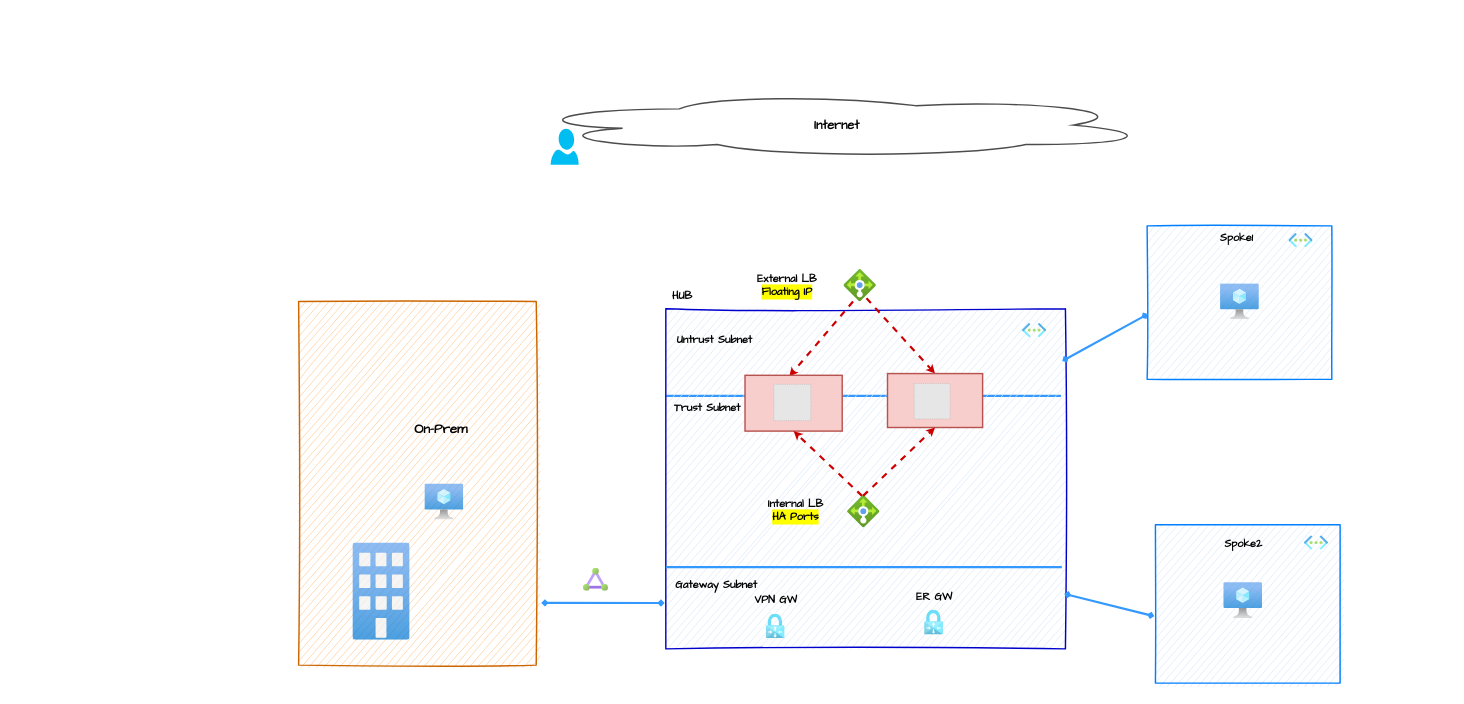
The draw.io diagram page "NVA-HA" (1 of 3) of diagrams/NVA-ha.drawio in nehalineogi/azure-networking, before the edit. Source tidied: cells renumbered, new cells numbered last; positions are measured from the earlier drawing's top-left corner, leaving out a move shared by most shapes. Both pictures are drawn from the tidied source at 36%, with x=0, y=0 at pixel (298, 93). Pictures stored in the file or linked from it are replaced by grey dashed boxes.
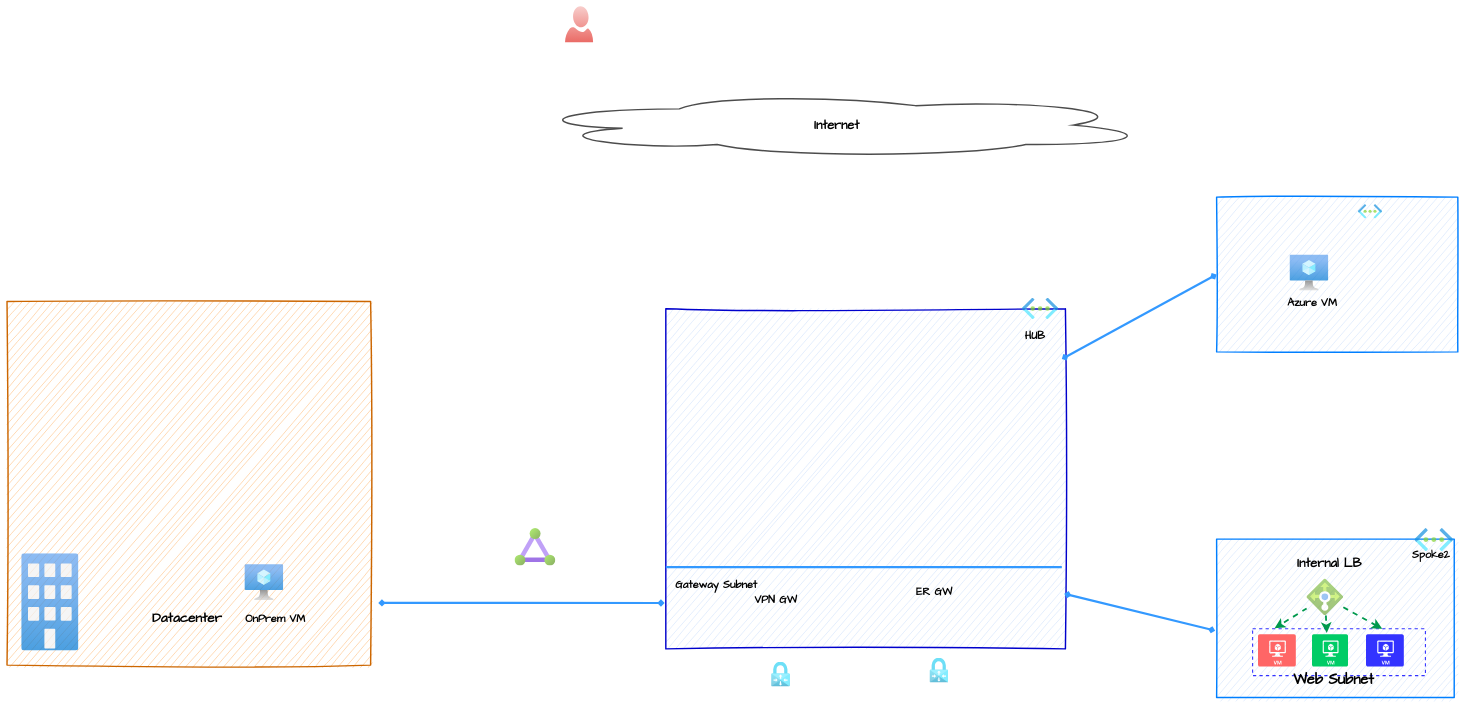
The same page after the edit.

What changed in the source:
```diff
@@
-    <mxCell id="3" style="edgeStyle=none;sketch=0;jumpStyle=none;jumpSize=2;orthogonalLoop=1;jettySize=auto;html=1;entryX=1.007;entryY=0.19;entryDx=0;entryDy=0;shadow=0;strokeColor=#3399FF;strokeWidth=6;fontFamily=Comic Sans MS;fontSize=25;fontColor=#000000;startArrow=none;startFill=0;endArrow=none;endFill=0;rounded=0;entryPerimeter=0;" parent="2" edge="1">
-      <mxGeometry relative="1" as="geometry">
-        <mxPoint x="1020" y="842" as="sourcePoint" />
-        <mxPoint x="2117.6" y="842.3" as="targetPoint" />
-      </mxGeometry>
-    </mxCell>
+    <mxCell id="6" style="rounded=0;whiteSpace=wrap;html=1;fillColor=#dae8fc;strokeColor=#0000CC;strokeWidth=4;fontFamily=Comic Sans MS;sketch=1;curveFitting=1;jiggle=2;disableMultiStroke=1;disableMultiStrokeFill=1;labelBackgroundColor=none;labelBorderColor=#000000;fillStyle=auto;fontSize=40;fontColor=#FF8000;" parent="2" vertex="1">
+      <mxGeometry x="1020" y="600" width="1110" height="945" as="geometry" />
+    </mxCell>
     <mxCell id="4" style="rounded=0;whiteSpace=wrap;html=1;fillColor=#dae8fc;strokeColor=#007FFF;strokeWidth=4;fontFamily=Comic Sans MS;sketch=1;curveFitting=1;jiggle=2;disableMultiStrokeFill=1;disableMultiStroke=1;labelBackgroundColor=none;labelBorderColor=#000000;fillStyle=auto;fontSize=40;fontColor=#FF8000;" parent="2" vertex="1">
-      <mxGeometry x="2357" y="370" width="513" height="426" as="geometry" />
+      <mxGeometry x="2550" y="290" width="670" height="430" as="geometry" />
     </mxCell>
     <mxCell id="5" style="rounded=0;whiteSpace=wrap;html=1;fillColor=#dae8fc;strokeColor=#007FFF;strokeWidth=4;fontFamily=Comic Sans MS;sketch=1;curveFitting=1;jiggle=2;disableMultiStrokeFill=1;disableMultiStroke=1;labelBackgroundColor=none;labelBorderColor=#000000;fillStyle=auto;fontSize=40;fontColor=#FF8000;" parent="2" vertex="1">
-      <mxGeometry x="2380" y="1200" width="513" height="440" as="geometry" />
+      <mxGeometry x="2550" y="1240" width="660" height="440" as="geometry" />
     </mxCell>
-    <mxCell id="6" style="rounded=0;whiteSpace=wrap;html=1;fillColor=#dae8fc;strokeColor=#0000CC;strokeWidth=4;fontFamily=Comic Sans MS;sketch=1;curveFitting=1;jiggle=2;disableMultiStroke=1;disableMultiStrokeFill=1;labelBackgroundColor=none;labelBorderColor=#000000;fillStyle=auto;fontSize=40;fontColor=#FF8000;" parent="2" vertex="1">
-      <mxGeometry x="1020" y="600" width="1110" height="945" as="geometry" />
-    </mxCell>
     <mxCell id="7" value="&lt;b style=&quot;font-size: 30px;&quot;&gt;HUB&lt;/b&gt;" style="text;html=1;align=center;verticalAlign=middle;strokeColor=none;fillColor=none;fontSize=30;fontFamily=Comic Sans MS;fontColor=#000000;labelBackgroundColor=none;labelBorderColor=none;fillStyle=auto;strokeWidth=9;" parent="2" vertex="1">
-      <mxGeometry x="1020" y="539" width="90" height="50" as="geometry" />
+      <mxGeometry x="2000" y="650" width="90" height="50" as="geometry" />
     </mxCell>
     <mxCell id="8" style="html=1;align=center;image;fontSize=12;image=img/lib/azure2/networking/Virtual_Networks.svg;rounded=0;glass=0;labelBackgroundColor=#66B2FF;sketch=1;fillStyle=hachure;fontFamily=Comic Sans MS;fontColor=#000000;opacity=70;labelBorderColor=#000000;strokeColor=#000000;strokeWidth=9;fillColor=none;" parent="2" vertex="1">
-      <mxGeometry x="2750" y="390" width="67" height="40" as="geometry" />
+      <mxGeometry x="2943" y="310" width="67" height="40" as="geometry" />
     </mxCell>
-    <mxCell id="9" style="html=1;align=center;image;fontSize=12;image=img/lib/azure2/compute/Virtual_Machine.svg;rounded=0;glass=0;labelBackgroundColor=default;sketch=0;fillStyle=hachure;strokeWidth=0;fontFamily=Comic Sans MS;fontColor=#000000;fillColor=none;opacity=70;labelBorderColor=#000000;strokeColor=#000000;" parent="2" vertex="1">
-      <mxGeometry x="2569" y="1360" width="107.8" height="100" as="geometry" />
-    </mxCell>
     <mxCell id="10" style="html=1;align=center;image;fontSize=12;image=img/lib/azure2/networking/Virtual_Networks.svg;rounded=0;glass=0;labelBackgroundColor=#66B2FF;sketch=1;fillStyle=hachure;fontFamily=Comic Sans MS;fontColor=#000000;opacity=70;labelBorderColor=#000000;strokeColor=#000000;strokeWidth=9;fillColor=none;" parent="2" vertex="1">
-      <mxGeometry x="2793" y="1230" width="67" height="40" as="geometry" />
+      <mxGeometry x="3100" y="1210" width="107" height="63.9" as="geometry" />
     </mxCell>
     <mxCell id="11" value="&lt;font color=&quot;#000000&quot; face=&quot;Comic Sans MS&quot; style=&quot;font-size: 30px;&quot;&gt;&lt;b&gt;Spoke2&lt;/b&gt;&lt;/font&gt;" style="text;html=1;align=center;verticalAlign=middle;strokeColor=none;fillColor=none;labelBackgroundColor=none;labelBorderColor=none;fillStyle=auto;strokeWidth=9;fontFamily=Comic Sans MS;fontSize=40;fontColor=#FF8000;" parent="2" vertex="1">
-      <mxGeometry x="2559" y="1220" width="130" height="60" as="geometry" />
+      <mxGeometry x="3080" y="1250" width="130" height="60" as="geometry" />
     </mxCell>
-    <mxCell id="12" value="&lt;font color=&quot;#000000&quot; face=&quot;Comic Sans MS&quot; style=&quot;font-size: 30px;&quot;&gt;&lt;b&gt;Spoke1&lt;/b&gt;&lt;/font&gt;" style="text;html=1;align=center;verticalAlign=middle;strokeColor=none;fillColor=none;labelBackgroundColor=none;labelBorderColor=none;fillStyle=auto;strokeWidth=9;fontFamily=Comic Sans MS;fontSize=40;fontColor=#FF8000;" parent="2" vertex="1">
-      <mxGeometry x="2540" y="370" width="130" height="60" as="geometry" />
-    </mxCell>
     <mxCell id="13" style="html=1;align=center;image;fontSize=12;image=img/lib/azure2/networking/Virtual_Networks.svg;rounded=0;glass=0;labelBackgroundColor=#66B2FF;sketch=1;fillStyle=hachure;fontFamily=Comic Sans MS;fontColor=#000000;opacity=70;labelBorderColor=#000000;strokeColor=#000000;strokeWidth=9;fillColor=none;" parent="2" vertex="1">
-      <mxGeometry x="2010" y="640" width="67" height="40" as="geometry" />
+      <mxGeometry x="2010" y="570" width="100" height="59.7" as="geometry" />
     </mxCell>
     <mxCell id="14" style="html=1;align=center;image;fontSize=30;image=img/lib/azure2/networking/Virtual_Network_Gateways.svg;rounded=0;glass=0;labelBackgroundColor=#66B2FF;sketch=1;fillStyle=hachure;fontFamily=Comic Sans MS;fontColor=#000000;opacity=70;labelBorderColor=#000000;strokeColor=#000000;strokeWidth=9;fillColor=none;" parent="2" vertex="1">
-      <mxGeometry x="1298" y="1447.5" width="52" height="69" as="geometry" />
+      <mxGeometry x="1313" y="1581" width="52" height="69" as="geometry" />
     </mxCell>
@@
     <mxCell id="16" style="html=1;align=center;image;fontSize=30;image=img/lib/azure2/networking/Virtual_Network_Gateways.svg;rounded=0;glass=0;labelBackgroundColor=default;sketch=0;fillStyle=auto;strokeColor=#000000;strokeWidth=4;fontFamily=Comic Sans MS;fontColor=#000000;fillColor=none;gradientColor=none;opacity=70;labelBorderColor=#000000;" parent="2" vertex="1">
-      <mxGeometry x="1738" y="1436.5" width="52" height="69" as="geometry" />
+      <mxGeometry x="1753" y="1570" width="52" height="69" as="geometry" />
     </mxCell>
     <mxCell id="17" value="&lt;b style=&quot;font-size: 30px;&quot;&gt;ER GW&lt;/b&gt;" style="text;html=1;align=center;verticalAlign=middle;strokeColor=none;fillColor=none;fontSize=30;fontFamily=Comic Sans MS;fontColor=#000000;labelBackgroundColor=none;labelBorderColor=none;fillStyle=auto;strokeWidth=9;" parent="2" vertex="1">
-      <mxGeometry x="1700" y="1374.5" width="130" height="50" as="geometry" />
+      <mxGeometry x="1700" y="1360" width="130" height="50" as="geometry" />
     </mxCell>
@@
-    <mxCell id="21" style="edgeStyle=none;shape=connector;rounded=0;jettySize=auto;html=1;exitX=0.004;exitY=0.575;exitDx=0;exitDy=0;labelBackgroundColor=default;strokeColor=#3399FF;strokeWidth=6;fontFamily=Comic Sans MS;fontSize=25;fontColor=default;startArrow=diamond;startFill=1;endArrow=diamond;endFill=1;curved=1;exitPerimeter=0;entryX=0.992;entryY=0.154;entryDx=0;entryDy=0;entryPerimeter=0;" parent="2" edge="1" source="4" target="6">
-      <mxGeometry relative="1" as="geometry" />
+    <mxCell id="21" style="edgeStyle=none;shape=connector;rounded=0;jettySize=auto;html=1;exitX=0;exitY=0.5;exitDx=0;exitDy=0;labelBackgroundColor=default;strokeColor=#3399FF;strokeWidth=6;fontFamily=Comic Sans MS;fontSize=25;fontColor=default;startArrow=diamond;startFill=1;endArrow=diamond;endFill=1;curved=1;" parent="2" edge="1" source="4">
+      <mxGeometry relative="1" as="geometry">
+        <mxPoint x="2120" y="740" as="targetPoint" />
+      </mxGeometry>
     </mxCell>
@@
     <mxCell id="23" style="rounded=0;whiteSpace=wrap;html=1;fillColor=#FFCC99;strokeColor=#CC6600;strokeWidth=4;sketch=1;curveFitting=1;jiggle=2;disableMultiStroke=1;disableMultiStrokeFill=1;labelBackgroundColor=none;labelBorderColor=#000000;fillStyle=auto;fontFamily=Comic Sans MS;fontSize=40;fontColor=#FF8000;" parent="2" vertex="1">
-      <mxGeometry y="580" width="660" height="1010" as="geometry" />
+      <mxGeometry x="-810" y="580" width="1010" height="1010" as="geometry" />
     </mxCell>
@@
-    <mxCell id="25" value="&lt;b style=&quot;font-size: 37px;&quot;&gt;&lt;font style=&quot;font-size: 37px;&quot;&gt;On-Prem&lt;/font&gt;&lt;/b&gt;" style="text;html=1;align=center;verticalAlign=middle;strokeColor=none;fillColor=none;fontSize=37;fontFamily=Comic Sans MS;fontColor=rgb(0, 0, 0);labelBackgroundColor=none;labelBorderColor=none;fillStyle=auto;strokeWidth=9;" parent="2" vertex="1">
-      <mxGeometry x="305" y="905" width="180" height="60" as="geometry" />
+    <mxCell id="25" value="&lt;b style=&quot;font-size: 37px;&quot;&gt;&lt;font style=&quot;font-size: 37px;&quot;&gt;Datacenter&lt;br&gt;&lt;/font&gt;&lt;/b&gt;" style="text;html=1;align=center;verticalAlign=middle;strokeColor=none;fillColor=none;fontSize=37;fontFamily=Comic Sans MS;fontColor=rgb(0, 0, 0);labelBackgroundColor=none;labelBorderColor=none;fillStyle=auto;strokeWidth=9;" parent="2" vertex="1">
+      <mxGeometry x="-420" y="1430" width="220" height="60" as="geometry" />
     </mxCell>
-    <mxCell id="26" style="rounded=0;jettySize=auto;html=1;exitX=0.705;exitY=0.901;exitDx=0;exitDy=0;strokeColor=#CC0000;strokeWidth=6;fontFamily=Comic Sans MS;fontSize=30;fontColor=#000000;endArrow=classic;endFill=1;entryX=0.5;entryY=0;entryDx=0;entryDy=0;dashed=1;exitPerimeter=0;" parent="2" edge="1" source="39" target="36">
-      <mxGeometry relative="1" as="geometry" />
-    </mxCell>
-    <mxCell id="27" value="&lt;span style=&quot;font-size: 30px;&quot;&gt;Untrust Subnet&lt;/span&gt;" style="text;html=1;align=center;verticalAlign=middle;strokeColor=none;fillColor=none;fontSize=30;fontFamily=Comic Sans MS;fontColor=#000000;labelBackgroundColor=none;labelBorderColor=none;fillStyle=auto;strokeWidth=9;fontStyle=1;" parent="2" vertex="1">
-      <mxGeometry x="1030" y="660" width="250" height="50" as="geometry" />
-    </mxCell>
-    <mxCell id="28" value="&lt;b style=&quot;font-size: 30px;&quot;&gt;Trust Subnet&lt;/b&gt;" style="text;html=1;align=center;verticalAlign=middle;strokeColor=none;fillColor=none;fontSize=30;fontFamily=Comic Sans MS;fontColor=#000000;labelBackgroundColor=none;labelBorderColor=none;fillStyle=auto;strokeWidth=9;" parent="2" vertex="1">
-      <mxGeometry x="1025" y="850" width="220" height="50" as="geometry" />
-    </mxCell>
-    <mxCell id="29" style="rounded=0;jettySize=auto;html=1;exitX=0.75;exitY=0;exitDx=0;exitDy=0;strokeColor=#CC0000;strokeWidth=6;fontFamily=Comic Sans MS;fontSize=30;fontColor=#000000;endArrow=classic;endFill=1;entryX=0.455;entryY=0.02;entryDx=0;entryDy=0;dashed=1;entryPerimeter=0;" parent="2" edge="1" target="37">
-      <mxGeometry relative="1" as="geometry">
-        <mxPoint x="1540" y="580" as="sourcePoint" />
-      </mxGeometry>
-    </mxCell>
     <mxCell id="30" style="html=1;align=center;image;fontSize=12;image=img/lib/azure2/other/Exchange_On_Premises_Access.svg;rounded=0;glass=0;labelBackgroundColor=#66B2FF;sketch=1;fillStyle=hachure;fontFamily=Comic Sans MS;fontColor=#000000;opacity=70;" parent="2" vertex="1">
-      <mxGeometry x="150" y="1250" width="158.8" height="270" as="geometry" />
+      <mxGeometry x="-770" y="1280" width="158.8" height="270" as="geometry" />
     </mxCell>
     <mxCell id="31" style="html=1;align=center;image;fontSize=12;image=img/lib/azure2/compute/Virtual_Machine.svg;rounded=0;glass=0;labelBackgroundColor=default;sketch=0;fillStyle=hachure;strokeWidth=0;fontFamily=Comic Sans MS;fontColor=#000000;fillColor=none;opacity=70;labelBorderColor=#000000;strokeColor=#000000;" parent="2" vertex="1">
-      <mxGeometry x="2560" y="530" width="107.8" height="100" as="geometry" />
+      <mxGeometry x="2753" y="450" width="107.8" height="100" as="geometry" />
     </mxCell>
     <mxCell id="32" style="html=1;align=center;image;fontSize=12;image=img/lib/azure2/compute/Virtual_Machine.svg;rounded=0;glass=0;labelBackgroundColor=default;sketch=0;fillStyle=hachure;strokeWidth=0;fontFamily=Comic Sans MS;fontColor=#000000;fillColor=none;opacity=70;labelBorderColor=#000000;strokeColor=#000000;" parent="2" vertex="1">
-      <mxGeometry x="350" y="1086" width="107.8" height="100" as="geometry" />
+      <mxGeometry x="-150" y="1310" width="107.8" height="100" as="geometry" />
     </mxCell>
-    <mxCell id="33" style="verticalLabelPosition=bottom;html=1;verticalAlign=top;align=center;strokeColor=none;fillColor=#00BEF2;shape=mxgraph.azure.user;labelBackgroundColor=#FFFF66;labelBorderColor=none;fillWeight=-1;hachureGap=-1;hachureAngle=-41;jiggle=2;disableMultiStroke=1;disableMultiStrokeFill=1;strokeWidth=5;fontFamily=Comic Sans MS;fontSize=36;fontColor=#000000;" parent="2" vertex="1">
-      <mxGeometry x="700" y="100" width="78" height="100" as="geometry" />
+    <mxCell id="33" style="verticalLabelPosition=bottom;html=1;verticalAlign=top;align=center;strokeColor=none;fillColor=#f8cecc;shape=mxgraph.azure.user;labelBackgroundColor=#FFFF66;labelBorderColor=none;fillWeight=-1;hachureGap=-1;hachureAngle=-41;jiggle=2;disableMultiStroke=1;disableMultiStrokeFill=1;strokeWidth=5;fontFamily=Comic Sans MS;fontSize=36;gradientColor=#ea6b66;" parent="2" vertex="1">
+      <mxGeometry x="740" y="-240" width="78" height="100" as="geometry" />
     </mxCell>
     <mxCell id="34" style="html=1;align=center;image;fontSize=12;image=img/lib/azure2/networking/ExpressRoute_Circuits.svg;rounded=0;glass=0;labelBackgroundColor=#66B2FF;sketch=1;fillStyle=hachure;fontFamily=Comic Sans MS;fontColor=#000000;opacity=70;" parent="2" vertex="1">
-      <mxGeometry x="790" y="1320" width="70" height="64" as="geometry" />
+      <mxGeometry x="600" y="1210" width="113.8" height="104" as="geometry" />
     </mxCell>
-    <mxCell id="35" parent="0" />
-    <mxCell id="36" style="whiteSpace=wrap;html=1;labelBackgroundColor=none;labelBorderColor=none;fillStyle=auto;strokeColor=#b85450;strokeWidth=4;fontFamily=Comic Sans MS;fontSize=30;fillColor=#f8cecc;" parent="35" vertex="1">
-      <mxGeometry x="1635.8" y="780.2" width="264.2" height="149.8" as="geometry" />
-    </mxCell>
-    <mxCell id="37" style="whiteSpace=wrap;html=1;labelBackgroundColor=none;labelBorderColor=none;fillStyle=auto;strokeColor=#b85450;strokeWidth=4;fontFamily=Comic Sans MS;fontSize=30;fillColor=#f8cecc;" parent="35" vertex="1">
-      <mxGeometry x="1240" y="785" width="270" height="155" as="geometry" />
-    </mxCell>
-    <mxCell id="38" style="html=1;points=[];align=center;image;fontSize=12;image=img/lib/azure2/networking/Load_Balancers.svg;rounded=0;shadow=0;labelBackgroundColor=none;labelBorderColor=none;sketch=1;fillWeight=-1;hachureGap=-1;hachureAngle=-41;jiggle=2;disableMultiStroke=1;disableMultiStrokeFill=1;fillStyle=auto;curveFitting=1;sketchStyle=rough;strokeColor=#6c8ebf;strokeWidth=3;fontFamily=Comic Sans MS;fontColor=rgb(0, 0, 0);fillColor=#A9C4EB;" parent="35" vertex="1">
-      <mxGeometry x="1524" y="1118" width="90" height="90" as="geometry" />
-    </mxCell>
-    <mxCell id="39" style="html=1;points=[];align=center;image;fontSize=12;image=img/lib/azure2/networking/Load_Balancers.svg;rounded=0;shadow=0;labelBackgroundColor=none;labelBorderColor=none;sketch=1;fillWeight=-1;hachureGap=-1;hachureAngle=-41;jiggle=2;disableMultiStroke=1;disableMultiStrokeFill=1;fillStyle=auto;curveFitting=1;sketchStyle=rough;strokeColor=#6c8ebf;strokeWidth=3;fontFamily=Comic Sans MS;fontColor=rgb(0, 0, 0);fillColor=#A9C4EB;" parent="35" vertex="1">
-      <mxGeometry x="1514" y="490" width="90" height="90" as="geometry" />
-    </mxCell>
-    <mxCell id="40" style="fillColor=#E6E6E6;strokeColor=#999999;dashed=1;verticalLabelPosition=bottom;labelBackgroundColor=default;verticalAlign=top;" parent="35" vertex="1">
-      <mxGeometry x="1320" y="810" width="102.7" height="101" as="geometry" />
-    </mxCell>
-    <mxCell id="41" style="fillColor=#E6E6E6;strokeColor=#999999;dashed=1;verticalLabelPosition=bottom;labelBackgroundColor=default;verticalAlign=top;" parent="35" vertex="1">
-      <mxGeometry x="1710" y="808" width="100" height="98.3" as="geometry" />
-    </mxCell>
-    <mxCell id="42" style="rounded=0;jettySize=auto;html=1;exitX=0.456;exitY=0.021;exitDx=0;exitDy=0;strokeColor=#CC0000;strokeWidth=6;fontFamily=Comic Sans MS;fontSize=30;fontColor=#000000;endArrow=classic;endFill=1;dashed=1;exitPerimeter=0;entryX=0.5;entryY=1;entryDx=0;entryDy=0;" parent="35" edge="1" source="38" target="37">
-      <mxGeometry relative="1" as="geometry" />
-    </mxCell>
-    <mxCell id="43" style="rounded=0;jettySize=auto;html=1;exitX=0.489;exitY=0.021;exitDx=0;exitDy=0;strokeColor=#CC0000;strokeWidth=6;fontFamily=Comic Sans MS;fontSize=30;fontColor=#000000;endArrow=classic;endFill=1;entryX=0.5;entryY=1;entryDx=0;entryDy=0;dashed=1;exitPerimeter=0;" parent="35" edge="1" source="38" target="36">
-      <mxGeometry relative="1" as="geometry" />
-    </mxCell>
-    <mxCell id="44" value="&lt;b style=&quot;font-size: 30px;&quot;&gt;Internal LB&lt;br&gt;&lt;span style=&quot;background-color: rgb(255, 255, 0);&quot;&gt;HA Ports&lt;/span&gt;&lt;br&gt;&lt;/b&gt;" style="text;html=1;align=center;verticalAlign=middle;strokeColor=none;fillColor=none;fontSize=30;fontFamily=Comic Sans MS;fontColor=#000000;labelBackgroundColor=none;labelBorderColor=none;fillStyle=auto;strokeWidth=9;" parent="35" vertex="1">
-      <mxGeometry x="1285" y="1115" width="190" height="90" as="geometry" />
-    </mxCell>
-    <mxCell id="45" value="&lt;b style=&quot;font-size: 30px;&quot;&gt;External LB&lt;br&gt;&lt;span style=&quot;background-color: rgb(255, 255, 0);&quot;&gt;Floating IP&lt;/span&gt;&lt;br&gt;&lt;/b&gt;" style="text;html=1;align=center;verticalAlign=middle;strokeColor=none;fillColor=none;fontSize=30;fontFamily=Comic Sans MS;fontColor=#000000;labelBackgroundColor=none;labelBorderColor=none;fillStyle=auto;strokeWidth=9;" parent="35" vertex="1">
-      <mxGeometry x="1260.8" y="490" width="190" height="90" as="geometry" />
-    </mxCell>
-    <mxCell id="46" parent="0" />
+    <mxCell id="47" style="rounded=0;whiteSpace=wrap;html=1;strokeColor=#3333FF;fontSize=40;fontColor=#000000;fillColor=none;dashed=1;strokeWidth=3;" parent="2" vertex="1">
+      <mxGeometry x="2650" y="1489.2" width="480" height="130" as="geometry" />
+    </mxCell>
+    <mxCell id="48" style="verticalLabelPosition=bottom;html=1;verticalAlign=top;align=center;strokeColor=none;fillColor=#00CC66;shape=mxgraph.azure.virtual_machine;fontSize=40;fontColor=#000000;" parent="2" vertex="1">
+      <mxGeometry x="2815" y="1504.2" width="100" height="90" as="geometry" />
+    </mxCell>
+    <mxCell id="49" style="verticalLabelPosition=bottom;html=1;verticalAlign=top;align=center;strokeColor=none;fillColor=#FF6666;shape=mxgraph.azure.virtual_machine;fontSize=40;fontColor=#000000;" parent="2" vertex="1">
+      <mxGeometry x="2665" y="1504.2" width="105" height="90" as="geometry" />
+    </mxCell>
+    <mxCell id="50" style="verticalLabelPosition=bottom;html=1;verticalAlign=top;align=center;strokeColor=none;fillColor=#3333FF;shape=mxgraph.azure.virtual_machine;fontSize=40;fontColor=#000000;" parent="2" vertex="1">
+      <mxGeometry x="2965" y="1504.2" width="105" height="90" as="geometry" />
+    </mxCell>
+    <mxCell id="51" value="Web Subnet" style="text;html=1;align=center;verticalAlign=middle;strokeColor=none;fillColor=none;fontSize=40;fontFamily=Comic Sans MS;fontColor=#000000;fontStyle=1;" parent="2" vertex="1">
+      <mxGeometry x="2740" y="1600" width="270" height="60" as="geometry" />
+    </mxCell>
+    <mxCell id="52" value="&lt;b style=&quot;font-size: 35px;&quot;&gt;Internal LB&lt;br&gt;&lt;br style=&quot;font-size: 35px;&quot;&gt;&lt;/b&gt;" style="text;html=1;align=center;verticalAlign=middle;strokeColor=none;fillColor=none;fontSize=35;fontFamily=Comic Sans MS;fontColor=#000000;" parent="2" vertex="1">
+      <mxGeometry x="2750" y="1276.5" width="225" height="105" as="geometry" />
+    </mxCell>
+    <mxCell id="53" style="edgeStyle=none;curved=1;html=1;entryX=0.127;entryY=-0.011;entryDx=0;entryDy=0;entryPerimeter=0;strokeColor=#00994D;strokeWidth=5;fontFamily=Comic Sans MS;fontSize=45;fontColor=#000000;startArrow=none;startFill=0;endSize=14;dashed=1;" parent="2" edge="1" source="56" target="47">
+      <mxGeometry relative="1" as="geometry" />
+    </mxCell>
+    <mxCell id="54" style="edgeStyle=none;curved=1;html=1;entryX=0.429;entryY=0.087;entryDx=0;entryDy=0;entryPerimeter=0;strokeColor=#00994D;strokeWidth=5;fontFamily=Comic Sans MS;fontSize=45;fontColor=#000000;startArrow=none;startFill=0;endSize=14;dashed=1;" parent="2" edge="1" source="56" target="47">
+      <mxGeometry relative="1" as="geometry" />
+    </mxCell>
+    <mxCell id="55" style="edgeStyle=none;curved=1;html=1;entryX=0.75;entryY=0;entryDx=0;entryDy=0;strokeColor=#00994D;strokeWidth=5;fontFamily=Comic Sans MS;fontSize=45;fontColor=#000000;startArrow=none;startFill=0;endSize=14;dashed=1;" parent="2" edge="1" source="56" target="47">
+      <mxGeometry relative="1" as="geometry" />
+    </mxCell>
+    <mxCell id="56" style="html=1;points=[];align=center;image;fontSize=12;image=img/lib/azure2/networking/Load_Balancers.svg;fillStyle=solid;strokeColor=#0066CC;strokeWidth=0;fontFamily=Comic Sans MS;fontColor=#000000;fillColor=#FFFF99;opacity=60;" parent="2" vertex="1">
+      <mxGeometry x="2800" y="1350" width="102" height="102" as="geometry" />
+    </mxCell>
+    <mxCell id="12" value="&lt;font color=&quot;#000000&quot;&gt;&lt;span style=&quot;font-size: 30px;&quot;&gt;&lt;b&gt;Azure VM&lt;/b&gt;&lt;/span&gt;&lt;/font&gt;" style="text;html=1;align=center;verticalAlign=middle;strokeColor=none;fillColor=none;labelBackgroundColor=none;labelBorderColor=none;fillStyle=auto;strokeWidth=9;fontFamily=Comic Sans MS;fontSize=40;fontColor=#FF8000;" parent="2" vertex="1">
+      <mxGeometry x="2730" y="550" width="170" height="60" as="geometry" />
+    </mxCell>
+    <mxCell id="57" value="&lt;font color=&quot;#000000&quot;&gt;&lt;span style=&quot;font-size: 30px;&quot;&gt;&lt;b&gt;OnPrem VM&lt;/b&gt;&lt;/span&gt;&lt;/font&gt;" style="text;html=1;align=center;verticalAlign=middle;strokeColor=none;fillColor=none;labelBackgroundColor=none;labelBorderColor=none;fillStyle=auto;strokeWidth=9;fontFamily=Comic Sans MS;fontSize=40;fontColor=#FF8000;" parent="2" vertex="1">
+      <mxGeometry x="-160" y="1430" width="190" height="60" as="geometry" />
+    </mxCell>
```
